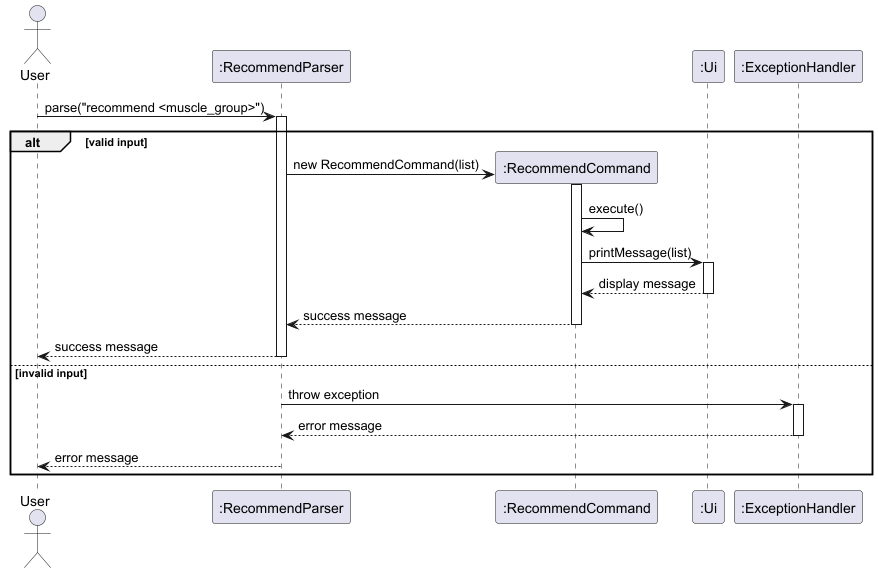
This is docs/images/RecommendSD.png from Jasonlobo21/tp, a PlantUML export, as it was before one commit.
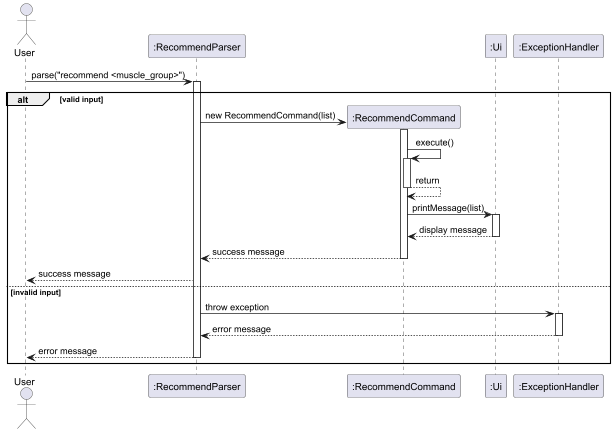
After the change.

The edit, as a diff of the source:
```diff
@@ -15,6 +15,10 @@
     activate ":RecommendCommand"
 
     ":RecommendCommand" -> ":RecommendCommand": execute()
+    activate ":RecommendCommand"
+    ":RecommendCommand" --> ":RecommendCommand" : return
+    deactivate ":RecommendCommand"
+
     ":RecommendCommand" -> ":Ui": printMessage(list)
     activate ":Ui"
     ":Ui" --> ":RecommendCommand": display message
@@ -24,7 +28,6 @@
     deactivate ":RecommendCommand"
 
     ":RecommendParser" --> User: success message
-    deactivate ":RecommendParser"
 
 else invalid input
     ":RecommendParser" -> ":ExceptionHandler": throw exception
```
